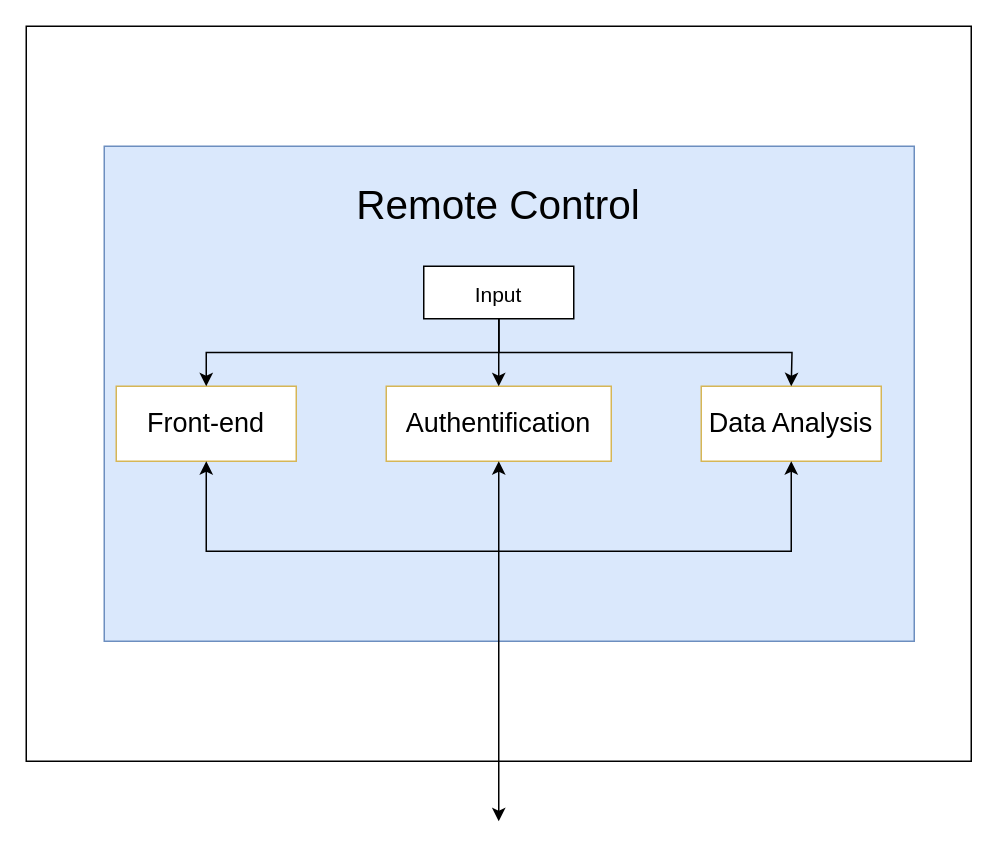
The draw.io diagram DRAWIO Files/Happy/RC.drawio in TuringBoard/ADS, before the edit. Source tidied: cells renumbered, new cells numbered last; positions are measured from the earlier drawing's top-left corner, leaving out a move shared by most shapes. Both pictures are drawn from the tidied source at 150%, with x=0, y=0 at pixel (26, 26).
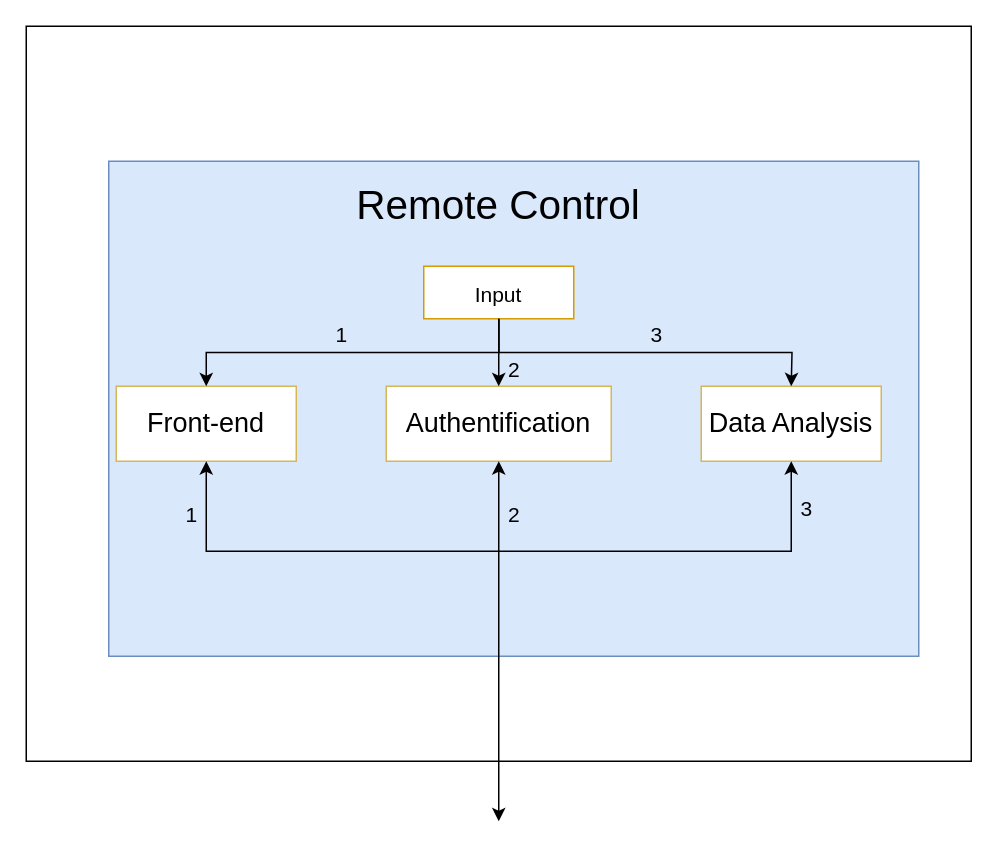
After the change.

Diff of the diagram source:
```diff
@@
     <mxCell id="3" style="rounded=0;whiteSpace=wrap;html=1;fillColor=#dae8fc;strokeColor=#6c8ebf;" parent="1" vertex="1">
-      <mxGeometry x="52" y="80" width="540" height="330" as="geometry" />
+      <mxGeometry x="55" y="90" width="540" height="330" as="geometry" />
     </mxCell>
@@
-    <mxCell id="7" value="&lt;span style=&quot;font-size: 14px&quot;&gt;Input&lt;br&gt;&lt;/span&gt;" style="rounded=0;whiteSpace=wrap;html=1;fontSize=18;" parent="1" vertex="1">
+    <mxCell id="7" value="&lt;span style=&quot;font-size: 14px&quot;&gt;Input&lt;br&gt;&lt;/span&gt;" style="rounded=0;whiteSpace=wrap;html=1;fontSize=18;fillColor=#FFFFFF;strokeColor=#d79b00;" parent="1" vertex="1">
       <mxGeometry x="265" y="160" width="100" height="35" as="geometry" />
     </mxCell>
@@
+    <mxCell id="14" value="&lt;font style=&quot;font-size: 14px&quot;&gt;1&lt;/font&gt;" style="text;html=1;align=center;verticalAlign=middle;strokeColor=none;fillColor=none;fontSize=18;" parent="1" vertex="1">
+      <mxGeometry x="200" y="190" width="20" height="30" as="geometry" />
+    </mxCell>
+    <mxCell id="15" value="&lt;font style=&quot;font-size: 14px&quot;&gt;2&lt;br&gt;&lt;/font&gt;" style="text;html=1;align=center;verticalAlign=middle;strokeColor=none;fillColor=none;fontSize=18;" parent="1" vertex="1">
+      <mxGeometry x="315" y="213" width="20" height="30" as="geometry" />
+    </mxCell>
+    <mxCell id="16" value="&lt;font style=&quot;font-size: 14px&quot;&gt;3&lt;/font&gt;" style="text;html=1;align=center;verticalAlign=middle;strokeColor=none;fillColor=none;fontSize=18;" parent="1" vertex="1">
+      <mxGeometry x="410" y="190" width="20" height="30" as="geometry" />
+    </mxCell>
+    <mxCell id="17" value="&lt;font style=&quot;font-size: 14px&quot;&gt;1&lt;/font&gt;" style="text;html=1;align=center;verticalAlign=middle;strokeColor=none;fillColor=none;fontSize=18;" parent="1" vertex="1">
+      <mxGeometry x="100" y="310" width="20" height="30" as="geometry" />
+    </mxCell>
+    <mxCell id="18" value="&lt;font style=&quot;font-size: 14px&quot;&gt;2&lt;/font&gt;" style="text;html=1;align=center;verticalAlign=middle;strokeColor=none;fillColor=none;fontSize=18;" parent="1" vertex="1">
+      <mxGeometry x="315" y="310" width="20" height="30" as="geometry" />
+    </mxCell>
+    <mxCell id="19" value="&lt;font style=&quot;font-size: 14px&quot;&gt;3&lt;/font&gt;" style="text;html=1;align=center;verticalAlign=middle;strokeColor=none;fillColor=none;fontSize=18;" parent="1" vertex="1">
+      <mxGeometry x="510" y="306" width="20" height="30" as="geometry" />
+    </mxCell>
```
